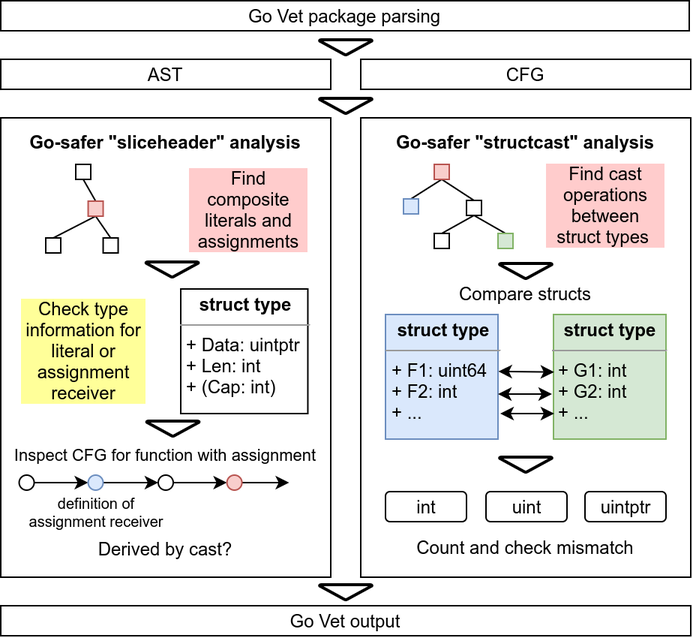
This is thesis/assets/figures/go-safer-architecture.png from jlauinger/master-of-science, a draw.io export, as it was before one commit. Source tidied: cells renumbered, new cells last; positions are measured from the earlier drawing's top-left corner, leaving out a move shared by most shapes.
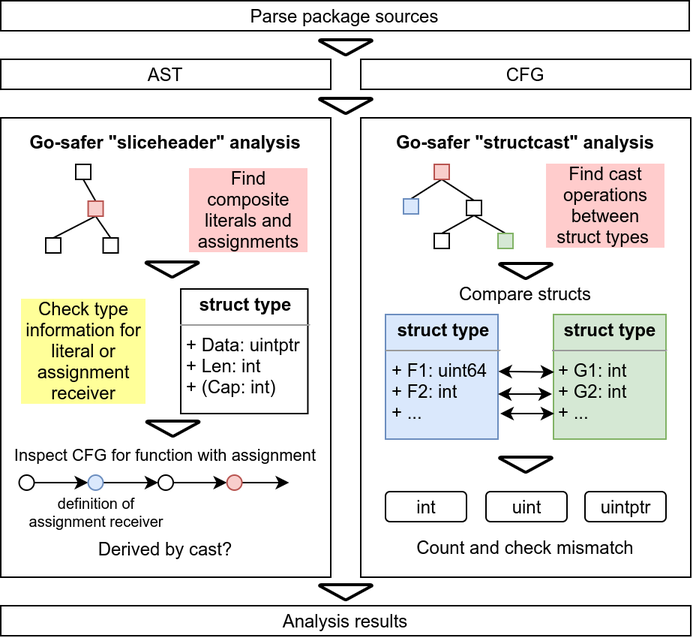
The same file after the commit.

Commit message:
paper: update go-safer figure

Change to the diagram source:
```diff
@@ -5,7 +5,7 @@
     <mxCell id="2" style="rounded=0;whiteSpace=wrap;html=1;" parent="1" vertex="1">
       <mxGeometry y="78" width="220" height="306" as="geometry" />
     </mxCell>
-    <mxCell id="3" value="Go Vet package parsing" style="rounded=0;whiteSpace=wrap;html=1;" parent="1" vertex="1">
+    <mxCell id="3" value="Parse package sources" style="rounded=0;whiteSpace=wrap;html=1;" parent="1" vertex="1">
       <mxGeometry width="459" height="20" as="geometry" />
     </mxCell>
     <mxCell id="4" value="AST" style="rounded=0;whiteSpace=wrap;html=1;" parent="1" vertex="1">
@@ -94,7 +94,7 @@
     <mxCell id="31" style="strokeWidth=2;html=1;shape=mxgraph.flowchart.merge_or_storage;whiteSpace=wrap;labelBackgroundColor=none;fillColor=none;gradientColor=none;align=left;" parent="1" vertex="1">
       <mxGeometry x="212.5" y="389" width="35" height="10" as="geometry" />
     </mxCell>
-    <mxCell id="32" value="Go Vet output" style="rounded=0;whiteSpace=wrap;html=1;" parent="1" vertex="1">
+    <mxCell id="32" value="Analysis results" style="rounded=0;whiteSpace=wrap;html=1;" parent="1" vertex="1">
       <mxGeometry y="403" width="460" height="20" as="geometry" />
     </mxCell>
     <mxCell id="33" style="rounded=0;whiteSpace=wrap;html=1;" parent="1" vertex="1">
```
